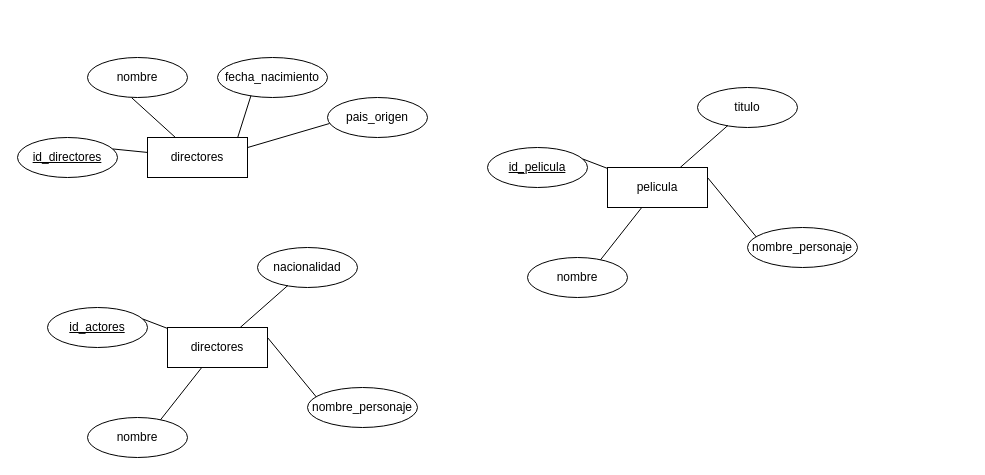
The draw.io diagram Diagrama sin título.drawio in Jospi04/base-de-datos, before the edit. Source tidied: cells renumbered, new cells numbered last; positions are measured from the earlier drawing's top-left corner, leaving out a move shared by most shapes. Both pictures are drawn from the tidied source at 100%, with x=0, y=0 at pixel (17, 57).
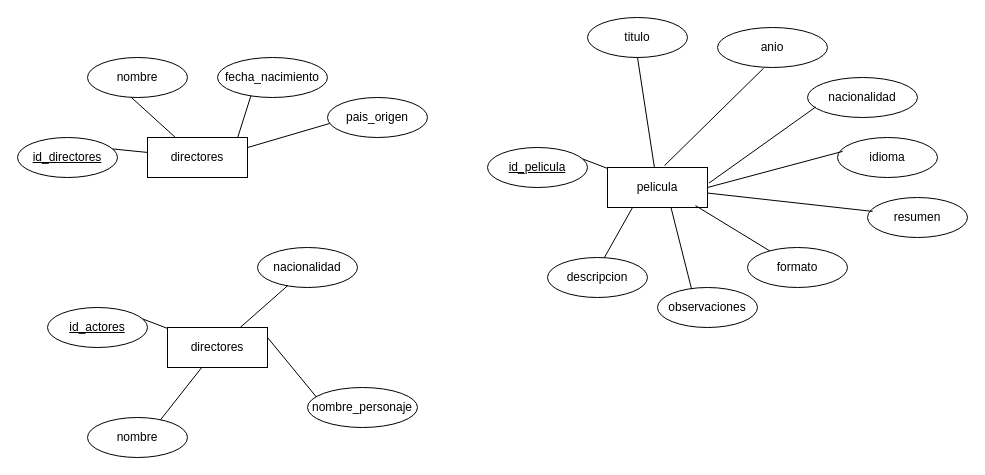
The same diagram, later.

The change refers to these unchanged cells:
```xml
<mxCell id="20" value="pelicula" style="whiteSpace=wrap;html=1;align=center;" parent="1" vertex="1">
  <mxGeometry x="590" y="110" width="100" height="40" as="geometry" />
</mxCell>
```

The edit, as a diff of the source:
```diff
@@
-    <mxCell id="22" value="nombre" style="ellipse;whiteSpace=wrap;html=1;align=center;" parent="1" vertex="1">
-      <mxGeometry x="510" y="200" width="100" height="40" as="geometry" />
+    <mxCell id="22" value="resumen" style="ellipse;whiteSpace=wrap;html=1;align=center;" parent="1" vertex="1">
+      <mxGeometry x="850" y="140" width="100" height="40" as="geometry" />
     </mxCell>
     <mxCell id="23" value="titulo" style="ellipse;whiteSpace=wrap;html=1;align=center;" parent="1" vertex="1">
-      <mxGeometry x="680" y="30" width="100" height="40" as="geometry" />
+      <mxGeometry x="570" y="-40" width="100" height="40" as="geometry" />
     </mxCell>
-    <mxCell id="24" value="nombre_personaje" style="ellipse;whiteSpace=wrap;html=1;align=center;" parent="1" vertex="1">
-      <mxGeometry x="730" y="170" width="110" height="40" as="geometry" />
+    <mxCell id="24" value="anio" style="ellipse;whiteSpace=wrap;html=1;align=center;" parent="1" vertex="1">
+      <mxGeometry x="700" y="-30" width="110" height="40" as="geometry" />
     </mxCell>
@@
-    <mxCell id="26" style="endArrow=none;html=1;rounded=0;entryX=0.73;entryY=0.058;entryDx=0;entryDy=0;entryPerimeter=0;" parent="1" edge="1" source="20" target="22">
+    <mxCell id="26" style="endArrow=none;html=1;rounded=0;entryX=0.051;entryY=0.348;entryDx=0;entryDy=0;entryPerimeter=0;" parent="1" edge="1" source="20" target="22">
       <mxGeometry relative="1" as="geometry" />
     </mxCell>
-    <mxCell id="27" style="endArrow=none;html=1;rounded=0;entryX=0.305;entryY=0.946;entryDx=0;entryDy=0;entryPerimeter=0;" parent="1" edge="1" source="20" target="23">
+    <mxCell id="27" style="endArrow=none;html=1;rounded=0;entryX=0.5;entryY=1;entryDx=0;entryDy=0;" parent="1" edge="1" source="20" target="23">
       <mxGeometry relative="1" as="geometry" />
     </mxCell>
-    <mxCell id="28" style="endArrow=none;html=1;rounded=0;exitX=1;exitY=0.25;exitDx=0;exitDy=0;entryX=0.082;entryY=0.242;entryDx=0;entryDy=0;entryPerimeter=0;" parent="1" edge="1" source="20" target="24">
+    <mxCell id="28" style="endArrow=none;html=1;rounded=0;exitX=0.57;exitY=-0.047;exitDx=0;exitDy=0;entryX=0.419;entryY=1.018;entryDx=0;entryDy=0;entryPerimeter=0;exitPerimeter=0;" parent="1" edge="1" source="20" target="24">
       <mxGeometry relative="1" as="geometry" />
     </mxCell>
+    <mxCell id="29" value="nacionalidad" style="ellipse;whiteSpace=wrap;html=1;align=center;" parent="1" vertex="1">
+      <mxGeometry x="790" y="20" width="110" height="40" as="geometry" />
+    </mxCell>
+    <mxCell id="30" style="endArrow=none;html=1;rounded=0;entryX=0.076;entryY=0.735;entryDx=0;entryDy=0;entryPerimeter=0;exitX=1.015;exitY=0.389;exitDx=0;exitDy=0;exitPerimeter=0;" parent="1" edge="1" source="20" target="29">
+      <mxGeometry relative="1" as="geometry" />
+    </mxCell>
+    <mxCell id="31" value="formato" style="ellipse;whiteSpace=wrap;html=1;align=center;rotation=0;" parent="1" vertex="1">
+      <mxGeometry x="730" y="190" width="100" height="40" as="geometry" />
+    </mxCell>
+    <mxCell id="32" style="endArrow=none;html=1;rounded=0;exitX=0.88;exitY=0.953;exitDx=0;exitDy=0;exitPerimeter=0;" parent="1" edge="1" source="20" target="31">
+      <mxGeometry relative="1" as="geometry" />
+    </mxCell>
+    <mxCell id="33" value="idioma" style="ellipse;whiteSpace=wrap;html=1;align=center;" parent="1" vertex="1">
+      <mxGeometry x="820" y="80" width="100" height="40" as="geometry" />
+    </mxCell>
+    <mxCell id="34" style="endArrow=none;html=1;rounded=0;entryX=0.051;entryY=0.348;entryDx=0;entryDy=0;entryPerimeter=0;exitX=1;exitY=0.5;exitDx=0;exitDy=0;" parent="1" edge="1" source="20" target="33">
+      <mxGeometry relative="1" as="geometry" />
+    </mxCell>
+    <mxCell id="35" value="observaciones" style="ellipse;whiteSpace=wrap;html=1;align=center;" parent="1" vertex="1">
+      <mxGeometry x="640" y="230" width="100" height="40" as="geometry" />
+    </mxCell>
+    <mxCell id="36" style="endArrow=none;html=1;rounded=0;entryX=0.341;entryY=0.042;entryDx=0;entryDy=0;entryPerimeter=0;exitX=0.635;exitY=1.002;exitDx=0;exitDy=0;exitPerimeter=0;" parent="1" edge="1" source="20" target="35">
+      <mxGeometry relative="1" as="geometry" />
+    </mxCell>
+    <mxCell id="37" value="descripcion" style="ellipse;whiteSpace=wrap;html=1;align=center;" parent="1" vertex="1">
+      <mxGeometry x="530" y="200" width="100" height="40" as="geometry" />
+    </mxCell>
+    <mxCell id="38" style="endArrow=none;html=1;rounded=0;entryX=0.567;entryY=0.01;entryDx=0;entryDy=0;entryPerimeter=0;exitX=0.25;exitY=1;exitDx=0;exitDy=0;" parent="1" edge="1" source="20" target="37">
+      <mxGeometry relative="1" as="geometry" />
+    </mxCell>
```
